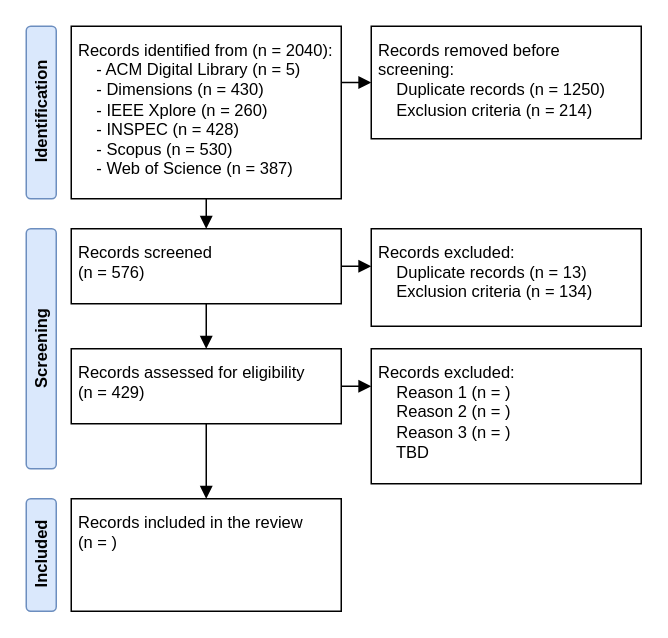
Before: doc/diagrams/slr-ltlm-mr.drawio in sousarbarb/slr-ltlm-mr, a draw.io diagram. Source tidied: cells renumbered, new cells numbered last; positions are measured from the earlier drawing's top-left corner, leaving out a move shared by most shapes. Both pictures are drawn from the tidied source at 150%, with x=0, y=0 at pixel (-80, 26).
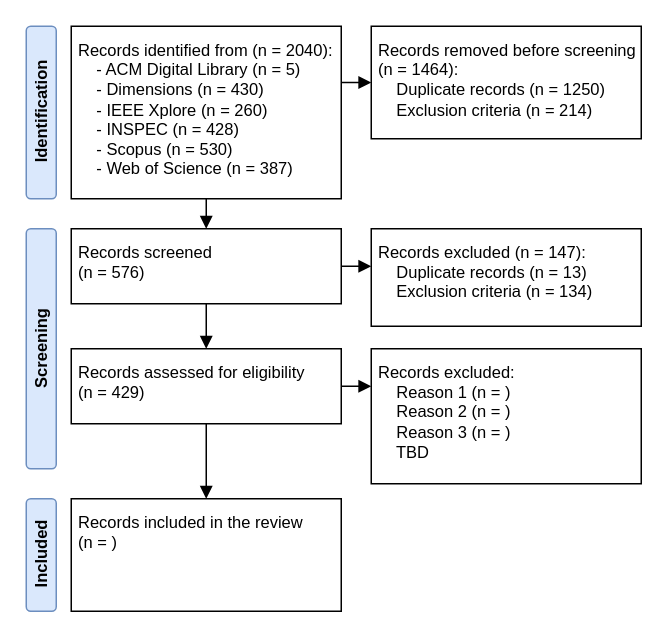
After the change.

What changed in the source:
```diff
@@
 <mxGraphModel>
   <root>
     <mxCell id="0" />
     <mxCell id="1" parent="0" />
     <mxCell id="2" value="&lt;b style=&quot;font-size: 11px;&quot;&gt;Identification&lt;/b&gt;" style="rounded=1;whiteSpace=wrap;html=1;rotation=-90;fontSize=11;fillColor=#dae8fc;strokeColor=#6c8ebf;" parent="1" vertex="1">
       <mxGeometry x="22.5" y="47.5" width="115" height="20" as="geometry" />
     </mxCell>
     <mxCell id="3" style="edgeStyle=orthogonalEdgeStyle;rounded=0;jettySize=auto;html=1;exitX=0.5;exitY=1;exitDx=0;exitDy=0;entryX=0.5;entryY=0;entryDx=0;entryDy=0;fontSize=11;endArrow=block;endFill=1;" parent="1" edge="1" source="4" target="9">
       <mxGeometry relative="1" as="geometry" />
     </mxCell>
     <mxCell id="4" value="Records identified from (n = 2040):&lt;br style=&quot;font-size: 11px&quot;&gt;&amp;nbsp; &amp;nbsp; - ACM Digital Library (n = 5)&lt;br style=&quot;font-size: 11px&quot;&gt;&amp;nbsp; &amp;nbsp; - Dimensions (n = 430)&lt;br style=&quot;font-size: 11px&quot;&gt;&amp;nbsp; &amp;nbsp; - IEEE Xplore (n = 260)&lt;br style=&quot;font-size: 11px&quot;&gt;&amp;nbsp; &amp;nbsp; - INSPEC (n = 428)&lt;br style=&quot;font-size: 11px&quot;&gt;&amp;nbsp; &amp;nbsp; - Scopus (n = 530)&lt;br style=&quot;font-size: 11px&quot;&gt;&amp;nbsp; &amp;nbsp; - Web of Science (n = 387)" style="rounded=0;whiteSpace=wrap;html=1;align=left;spacing=5;fontSize=11;verticalAlign=top;" parent="1" vertex="1">
       <mxGeometry x="100" width="180" height="115" as="geometry" />
     </mxCell>
     <mxCell id="5" style="edgeStyle=orthogonalEdgeStyle;rounded=0;jettySize=auto;html=1;exitX=0;exitY=0.5;exitDx=0;exitDy=0;entryX=1;entryY=0.326;entryDx=0;entryDy=0;entryPerimeter=0;startArrow=block;startFill=1;endArrow=none;endFill=0;" parent="1" edge="1" source="6" target="4">
       <mxGeometry relative="1" as="geometry" />
     </mxCell>
-    <mxCell id="6" value="Records removed before screening:&lt;br style=&quot;font-size: 11px&quot;&gt;&amp;nbsp; &amp;nbsp; Duplicate records (n = 1250)&lt;br style=&quot;font-size: 11px&quot;&gt;&amp;nbsp; &amp;nbsp; Exclusion criteria (n = 214)" style="rounded=0;whiteSpace=wrap;html=1;align=left;spacing=5;fontSize=11;verticalAlign=top;" parent="1" vertex="1">
+    <mxCell id="6" value="Records removed before screening (n = 1464):&lt;br style=&quot;font-size: 11px&quot;&gt;&amp;nbsp; &amp;nbsp; Duplicate records (n = 1250)&lt;br style=&quot;font-size: 11px&quot;&gt;&amp;nbsp; &amp;nbsp; Exclusion criteria (n = 214)" style="rounded=0;whiteSpace=wrap;html=1;align=left;spacing=5;fontSize=11;verticalAlign=top;" parent="1" vertex="1">
       <mxGeometry x="300" width="180" height="75" as="geometry" />
     </mxCell>
     <mxCell id="7" style="edgeStyle=orthogonalEdgeStyle;rounded=0;jettySize=auto;html=1;exitX=0.5;exitY=1;exitDx=0;exitDy=0;entryX=0.5;entryY=0;entryDx=0;entryDy=0;fontSize=11;endArrow=block;endFill=1;" parent="1" edge="1" source="9" target="13">
       <mxGeometry relative="1" as="geometry" />
     </mxCell>
     <mxCell id="8" style="edgeStyle=orthogonalEdgeStyle;rounded=0;jettySize=auto;html=1;exitX=1;exitY=0.5;exitDx=0;exitDy=0;startArrow=none;startFill=0;endArrow=block;endFill=1;" parent="1" edge="1" source="9">
       <mxGeometry relative="1" as="geometry">
         <mxPoint x="300" y="160" as="targetPoint" />
       </mxGeometry>
     </mxCell>
     <mxCell id="9" value="Records screened&lt;br&gt;(n = 576)" style="rounded=0;whiteSpace=wrap;html=1;align=left;spacing=5;fontSize=11;verticalAlign=top;" parent="1" vertex="1">
       <mxGeometry x="100" y="135" width="180" height="50" as="geometry" />
     </mxCell>
-    <mxCell id="10" value="Records excluded:&lt;br&gt;&amp;nbsp; &amp;nbsp; Duplicate records (n = 13)&lt;br&gt;&amp;nbsp; &amp;nbsp; Exclusion criteria (n = 134)" style="rounded=0;whiteSpace=wrap;html=1;align=left;spacing=5;fontSize=11;verticalAlign=top;" parent="1" vertex="1">
+    <mxCell id="10" value="Records excluded (n = 147):&lt;br&gt;&amp;nbsp; &amp;nbsp; Duplicate records (n = 13)&lt;br&gt;&amp;nbsp; &amp;nbsp; Exclusion criteria (n = 134)" style="rounded=0;whiteSpace=wrap;html=1;align=left;spacing=5;fontSize=11;verticalAlign=top;" parent="1" vertex="1">
       <mxGeometry x="300" y="135" width="180" height="65" as="geometry" />
     </mxCell>
     <mxCell id="11" style="edgeStyle=orthogonalEdgeStyle;rounded=0;jettySize=auto;html=1;exitX=1;exitY=0.5;exitDx=0;exitDy=0;fontSize=11;endArrow=block;endFill=1;entryX=0;entryY=0.278;entryDx=0;entryDy=0;entryPerimeter=0;" parent="1" edge="1" source="13" target="14">
       <mxGeometry relative="1" as="geometry" />
     </mxCell>
     <mxCell id="12" style="edgeStyle=orthogonalEdgeStyle;rounded=0;jettySize=auto;html=1;exitX=0.5;exitY=1;exitDx=0;exitDy=0;entryX=0.5;entryY=0;entryDx=0;entryDy=0;fontSize=11;endArrow=block;endFill=1;" parent="1" edge="1" source="13" target="16">
       <mxGeometry relative="1" as="geometry" />
     </mxCell>
     <mxCell id="13" value="Records assessed for eligibility&lt;br&gt;(n = 429)" style="rounded=0;whiteSpace=wrap;html=1;align=left;spacing=5;fontSize=11;verticalAlign=top;" parent="1" vertex="1">
       <mxGeometry x="100" y="215" width="180" height="50" as="geometry" />
     </mxCell>
     <mxCell id="14" value="Records excluded:&lt;br&gt;&amp;nbsp; &amp;nbsp; Reason 1 (n = )&lt;br&gt;&amp;nbsp; &amp;nbsp; Reason 2 (n = )&lt;br&gt;&amp;nbsp; &amp;nbsp; Reason 3 (n = )&lt;br&gt;&amp;nbsp; &amp;nbsp; TBD" style="rounded=0;whiteSpace=wrap;html=1;align=left;spacing=5;fontSize=11;verticalAlign=top;" parent="1" vertex="1">
       <mxGeometry x="300" y="215" width="180" height="90" as="geometry" />
     </mxCell>
     <mxCell id="15" value="&lt;b style=&quot;font-size: 11px;&quot;&gt;Screening&lt;/b&gt;" style="rounded=1;whiteSpace=wrap;html=1;rotation=-90;fontSize=11;fillColor=#dae8fc;strokeColor=#6c8ebf;" parent="1" vertex="1">
       <mxGeometry y="205" width="160" height="20" as="geometry" />
     </mxCell>
     <mxCell id="16" value="Records included in the review&lt;br&gt;(n = )" style="rounded=0;whiteSpace=wrap;html=1;align=left;spacing=5;fontSize=11;verticalAlign=top;" parent="1" vertex="1">
       <mxGeometry x="100" y="315" width="180" height="75" as="geometry" />
     </mxCell>
     <mxCell id="17" value="&lt;b style=&quot;font-size: 11px;&quot;&gt;Included&lt;/b&gt;" style="rounded=1;whiteSpace=wrap;html=1;rotation=-90;fontSize=11;fillColor=#dae8fc;strokeColor=#6c8ebf;" parent="1" vertex="1">
       <mxGeometry x="42.5" y="342.5" width="75" height="20" as="geometry" />
     </mxCell>
   </root>
 </mxGraphModel>
```
